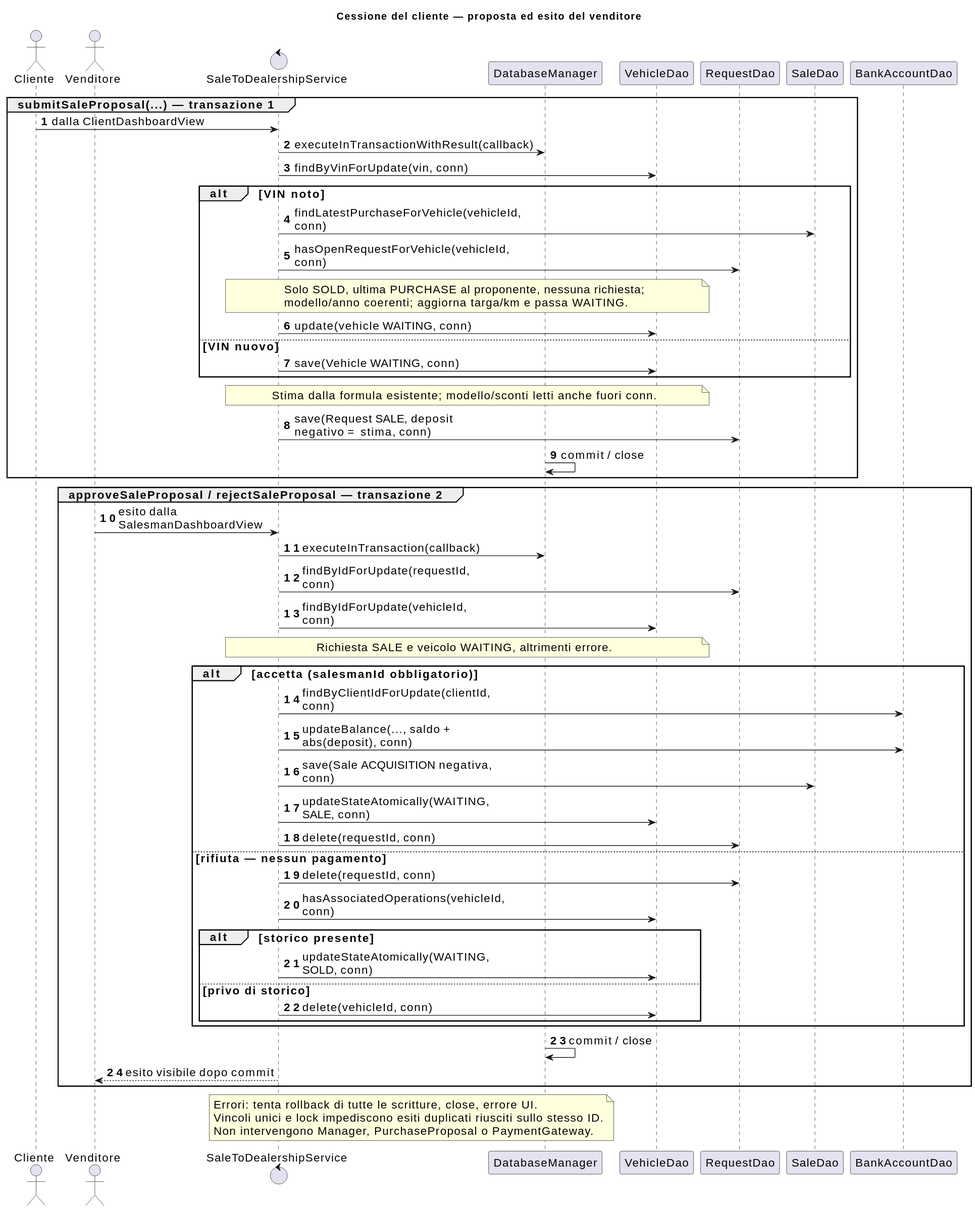
fededamo/DriveHub keeps this PlantUML diagram as docs/diagrams/current/sequence-purchase-proposal-approval.svg. Above is the earlier version.
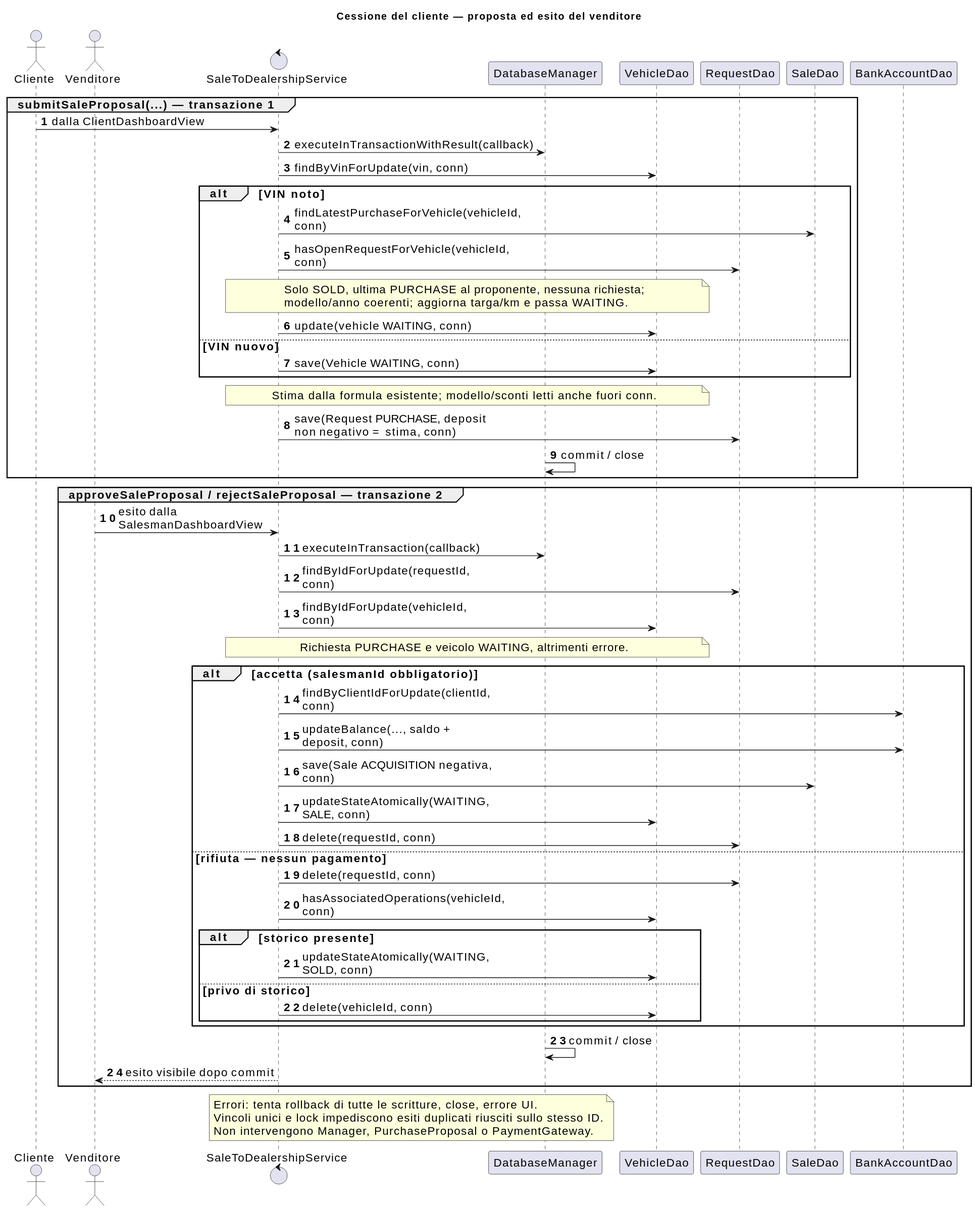
After the change.

What changed in the source:
```diff
@@ -28,7 +28,7 @@
 service -> vehicle : save(Vehicle WAITING, conn)
 end
 note over service,vehicle : Stima dalla formula esistente; modello/sconti letti anche fuori conn.
-service -> request : save(Request SALE, deposit negativo = stima, conn)
+service -> request : save(Request PURCHASE, deposit non negativo = stima, conn)
 db -> db : commit / close
 end
 group approveSaleProposal / rejectSaleProposal — transazione 2
@@ -36,10 +36,10 @@
 service -> db : executeInTransaction(callback)
 service -> request : findByIdForUpdate(requestId, conn)
 service -> vehicle : findByIdForUpdate(vehicleId, conn)
-note over service,vehicle : Richiesta SALE e veicolo WAITING, altrimenti errore.
+note over service,vehicle : Richiesta PURCHASE e veicolo WAITING, altrimenti errore.
 alt accetta (salesmanId obbligatorio)
 service -> account : findByClientIdForUpdate(clientId, conn)
-service -> account : updateBalance(..., saldo + abs(deposit), conn)
+service -> account : updateBalance(..., saldo + deposit, conn)
 service -> sale : save(Sale ACQUISITION negativa, conn)
 service -> vehicle : updateStateAtomically(WAITING, SALE, conn)
 service -> request : delete(requestId, conn)
```
